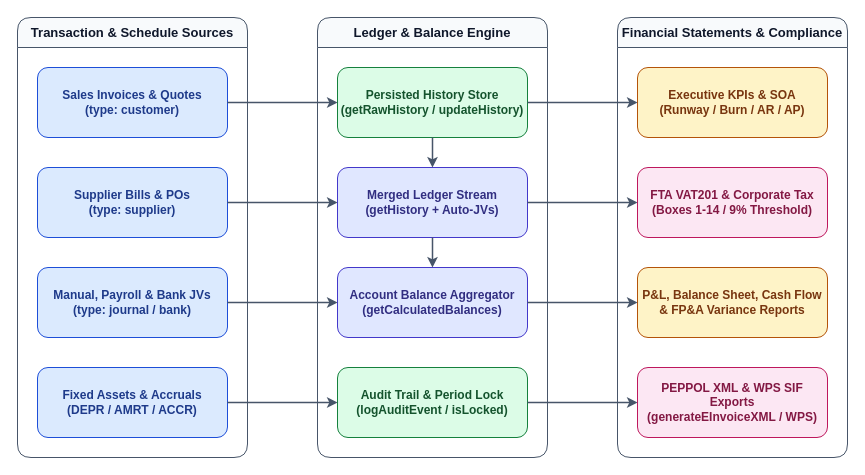
Earlier version of the draw.io diagram docs/diagrams/data-flow-and-ledger.drawio (lumenconsultancyae/bookeeping_docs). Source tidied: cells renumbered, new cells numbered last; positions are measured from the earlier drawing's top-left corner, leaving out a move shared by most shapes. Both pictures are drawn from the tidied source at 100%, with x=0, y=0 at pixel (17, 17).
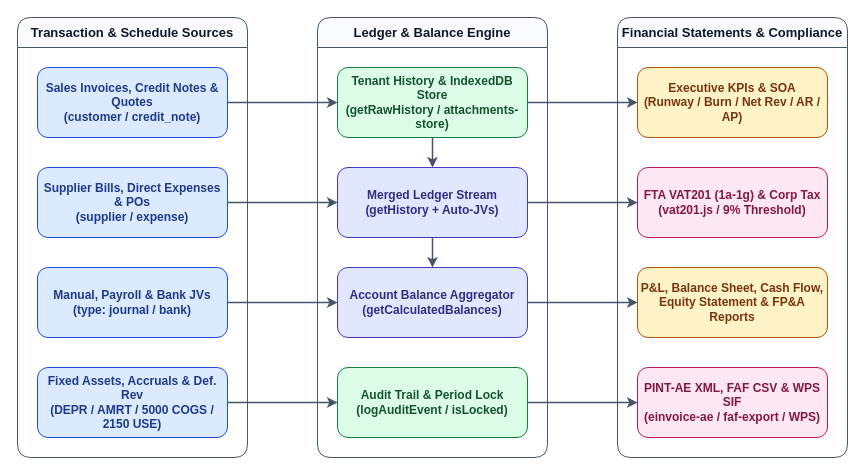
The same page after the edit.

Commit message (it also covers changes not shown here):
docs(architecture): synchronize PRD, SDD, runbook, user guide, and Draw.io diagrams with codebase

The change refers to these unchanged cells:
```xml
<mxCell id="2" value="Transaction &amp; Schedule Sources" style="swimlane;whiteSpace=wrap;html=1;startSize=30;fillColor=#f8fafc;strokeColor=#475569;fontColor=#0f172a;fontStyle=1;fontSize=13;rounded=1;" parent="1" vertex="1">
  <mxGeometry width="230" height="440" as="geometry" />
</mxCell>
<mxCell id="7" value="Ledger &amp; Balance Engine" style="swimlane;whiteSpace=wrap;html=1;startSize=30;fillColor=#f8fafc;strokeColor=#475569;fontColor=#0f172a;fontStyle=1;fontSize=13;rounded=1;" parent="1" vertex="1">
  <mxGeometry x="300" width="230" height="440" as="geometry" />
</mxCell>
<mxCell id="12" value="Financial Statements &amp; Compliance" style="swimlane;whiteSpace=wrap;html=1;startSize=30;fillColor=#f8fafc;strokeColor=#475569;fontColor=#0f172a;fontStyle=1;fontSize=13;rounded=1;" parent="1" vertex="1">
  <mxGeometry x="600" width="230" height="440" as="geometry" />
</mxCell>
```

Change to the diagram source:
```diff
@@
-    <mxCell id="3" value="Sales Invoices &amp; Quotes&#10;(type: customer)" style="rounded=1;whiteSpace=wrap;html=1;fillColor=#dbeafe;strokeColor=#1d4ed8;fontColor=#1e3a8a;fontSize=12;fontStyle=1;" parent="2" vertex="1">
+    <mxCell id="3" value="Sales Invoices, Credit Notes &amp; Quotes&#10;(customer / credit_note)" style="rounded=1;whiteSpace=wrap;html=1;fillColor=#dbeafe;strokeColor=#1d4ed8;fontColor=#1e3a8a;fontSize=12;fontStyle=1;" parent="2" vertex="1">
       <mxGeometry x="20" y="50" width="190" height="70" as="geometry" />
     </mxCell>
-    <mxCell id="4" value="Supplier Bills &amp; POs&#10;(type: supplier)" style="rounded=1;whiteSpace=wrap;html=1;fillColor=#dbeafe;strokeColor=#1d4ed8;fontColor=#1e3a8a;fontSize=12;fontStyle=1;" parent="2" vertex="1">
+    <mxCell id="4" value="Supplier Bills, Direct Expenses &amp; POs&#10;(supplier / expense)" style="rounded=1;whiteSpace=wrap;html=1;fillColor=#dbeafe;strokeColor=#1d4ed8;fontColor=#1e3a8a;fontSize=12;fontStyle=1;" parent="2" vertex="1">
       <mxGeometry x="20" y="150" width="190" height="70" as="geometry" />
     </mxCell>
@@
-    <mxCell id="6" value="Fixed Assets &amp; Accruals&#10;(DEPR / AMRT / ACCR)" style="rounded=1;whiteSpace=wrap;html=1;fillColor=#dbeafe;strokeColor=#1d4ed8;fontColor=#1e3a8a;fontSize=12;fontStyle=1;" parent="2" vertex="1">
+    <mxCell id="6" value="Fixed Assets, Accruals &amp; Def. Rev&#10;(DEPR / AMRT / 5000 COGS / 2150 USE)" style="rounded=1;whiteSpace=wrap;html=1;fillColor=#dbeafe;strokeColor=#1d4ed8;fontColor=#1e3a8a;fontSize=12;fontStyle=1;" parent="2" vertex="1">
       <mxGeometry x="20" y="350" width="190" height="70" as="geometry" />
     </mxCell>
@@
-    <mxCell id="8" value="Persisted History Store&#10;(getRawHistory / updateHistory)" style="rounded=1;whiteSpace=wrap;html=1;fillColor=#dcfce7;strokeColor=#15803d;fontColor=#14532d;fontSize=12;fontStyle=1;" parent="7" vertex="1">
+    <mxCell id="8" value="Tenant History &amp; IndexedDB Store&#10;(getRawHistory / attachments-store)" style="rounded=1;whiteSpace=wrap;html=1;fillColor=#dcfce7;strokeColor=#15803d;fontColor=#14532d;fontSize=12;fontStyle=1;" parent="7" vertex="1">
       <mxGeometry x="20" y="50" width="190" height="70" as="geometry" />
     </mxCell>
@@
-    <mxCell id="13" value="Executive KPIs &amp; SOA&#10;(Runway / Burn / AR / AP)" style="rounded=1;whiteSpace=wrap;html=1;fillColor=#fef3c7;strokeColor=#b45309;fontColor=#78350f;fontSize=12;fontStyle=1;" parent="12" vertex="1">
+    <mxCell id="13" value="Executive KPIs &amp; SOA&#10;(Runway / Burn / Net Rev / AR / AP)" style="rounded=1;whiteSpace=wrap;html=1;fillColor=#fef3c7;strokeColor=#b45309;fontColor=#78350f;fontSize=12;fontStyle=1;" parent="12" vertex="1">
       <mxGeometry x="20" y="50" width="190" height="70" as="geometry" />
     </mxCell>
-    <mxCell id="14" value="FTA VAT201 &amp; Corporate Tax&#10;(Boxes 1-14 / 9% Threshold)" style="rounded=1;whiteSpace=wrap;html=1;fillColor=#fce7f3;strokeColor=#be185d;fontColor=#831843;fontSize=12;fontStyle=1;" parent="12" vertex="1">
+    <mxCell id="14" value="FTA VAT201 (1a-1g) &amp; Corp Tax&#10;(vat201.js / 9% Threshold)" style="rounded=1;whiteSpace=wrap;html=1;fillColor=#fce7f3;strokeColor=#be185d;fontColor=#831843;fontSize=12;fontStyle=1;" parent="12" vertex="1">
       <mxGeometry x="20" y="150" width="190" height="70" as="geometry" />
     </mxCell>
-    <mxCell id="15" value="P&amp;L, Balance Sheet, Cash Flow&#10;&amp; FP&amp;A Variance Reports" style="rounded=1;whiteSpace=wrap;html=1;fillColor=#fef3c7;strokeColor=#b45309;fontColor=#78350f;fontSize=12;fontStyle=1;" parent="12" vertex="1">
+    <mxCell id="15" value="P&amp;L, Balance Sheet, Cash Flow,&#10;Equity Statement &amp; FP&amp;A Reports" style="rounded=1;whiteSpace=wrap;html=1;fillColor=#fef3c7;strokeColor=#b45309;fontColor=#78350f;fontSize=12;fontStyle=1;" parent="12" vertex="1">
       <mxGeometry x="20" y="250" width="190" height="70" as="geometry" />
     </mxCell>
-    <mxCell id="16" value="PEPPOL XML &amp; WPS SIF Exports&#10;(generateEInvoiceXML / WPS)" style="rounded=1;whiteSpace=wrap;html=1;fillColor=#fce7f3;strokeColor=#be185d;fontColor=#831843;fontSize=12;fontStyle=1;" parent="12" vertex="1">
+    <mxCell id="16" value="PINT-AE XML, FAF CSV &amp; WPS SIF&#10;(einvoice-ae / faf-export / WPS)" style="rounded=1;whiteSpace=wrap;html=1;fillColor=#fce7f3;strokeColor=#be185d;fontColor=#831843;fontSize=12;fontStyle=1;" parent="12" vertex="1">
       <mxGeometry x="20" y="350" width="190" height="70" as="geometry" />
     </mxCell>
```
